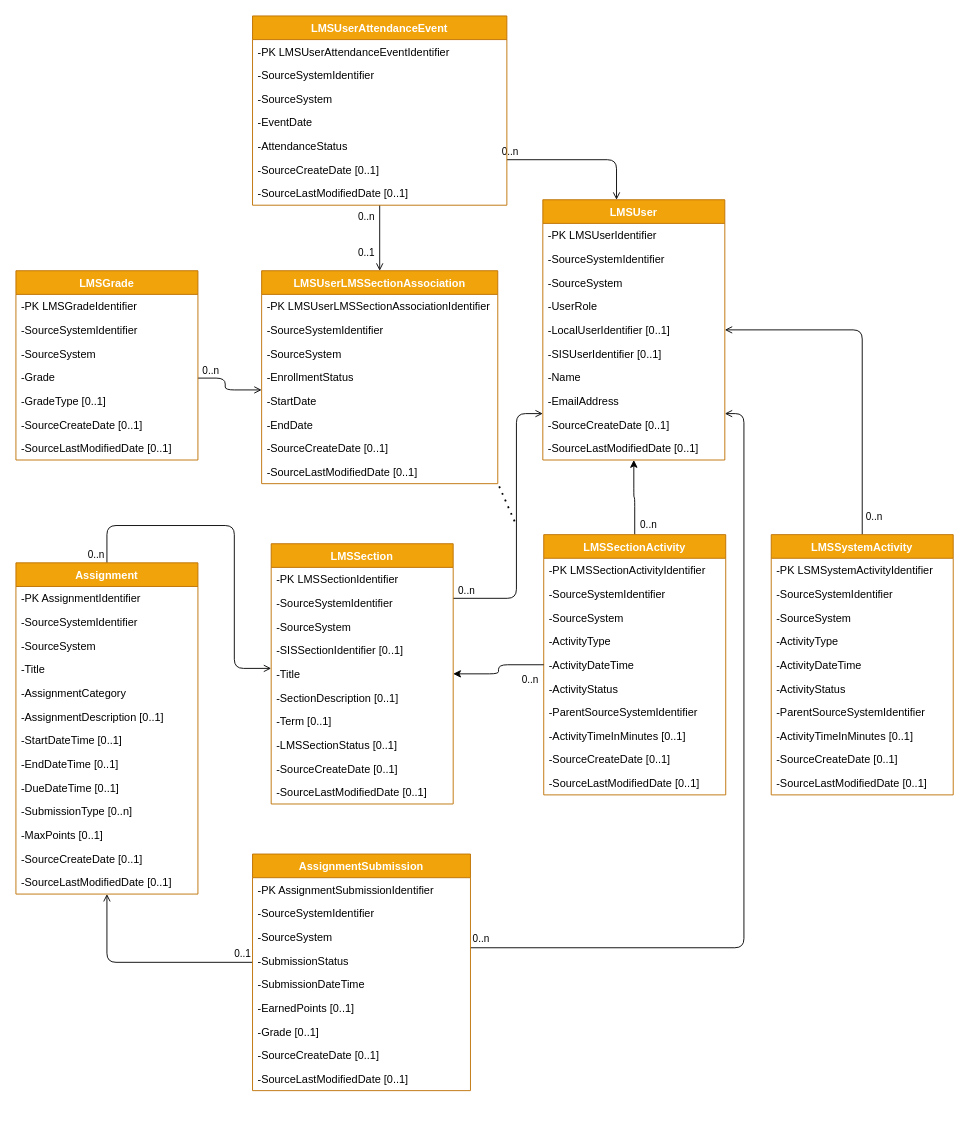
The draw.io diagram page "Proposed UDM" (1 of 5) of docs/LMS-Toolkit-API-UML.drawio in Ed-Fi-Exchange-OSS/LMS-Toolkit, before the edit. Source tidied: cells renumbered, new cells numbered last; positions are measured from the earlier drawing's top-left corner, leaving out a move shared by most shapes. Both pictures are drawn from the tidied source at 91%, with x=0, y=0 at pixel (15, 15).
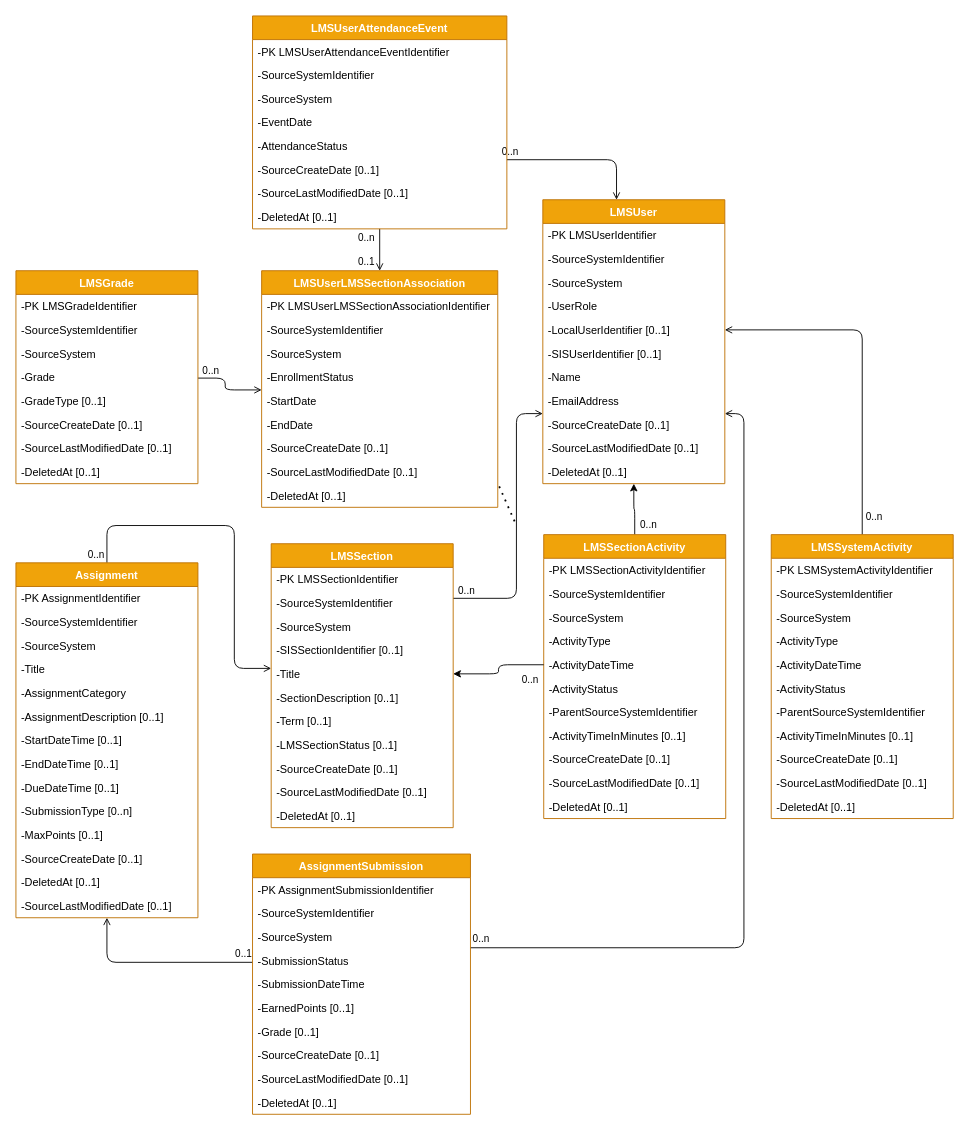
The same diagram, later.

Commit message (it also covers changes not shown here):
+DeletedAt in UML diagram

What changed in the source:
```diff
@@
-<mxGraphModel>
+<mxGraphModel background="#ffffff">
@@
     <mxCell id="19" value="Assignment" style="swimlane;fontStyle=1;horizontal=1;startSize=26;fillColor=#f0a30a;strokeColor=#BD7000;fontColor=#ffffff;" parent="1" vertex="1">
-      <mxGeometry y="601" width="200" height="364" as="geometry" />
+      <mxGeometry y="601" width="200" height="390" as="geometry" />
     </mxCell>
@@
+    <mxCell id="117" value="-DeletedAt [0..1]" style="text;align=left;verticalAlign=top;spacingLeft=4;spacingRight=4;overflow=hidden;" parent="19" vertex="1">
+      <mxGeometry y="338" width="200" height="26" as="geometry" />
+    </mxCell>
     <mxCell id="32" value="-SourceLastModifiedDate [0..1]" style="text;align=left;verticalAlign=top;spacingLeft=4;spacingRight=4;overflow=hidden;" parent="19" vertex="1">
-      <mxGeometry y="338" width="200" height="26" as="geometry" />
+      <mxGeometry y="364" width="200" height="26" as="geometry" />
     </mxCell>
     <mxCell id="33" value="LMSSection" style="swimlane;fontStyle=1;horizontal=1;startSize=26;fillColor=#f0a30a;strokeColor=#BD7000;fontColor=#ffffff;" parent="1" vertex="1">
-      <mxGeometry x="280.5" y="580" width="200" height="286" as="geometry" />
+      <mxGeometry x="280.5" y="580" width="200" height="312" as="geometry" />
     </mxCell>
@@
+    <mxCell id="118" value="-DeletedAt [0..1]" style="text;align=left;verticalAlign=top;spacingLeft=4;spacingRight=4;overflow=hidden;" parent="33" vertex="1">
+      <mxGeometry y="286" width="200" height="26" as="geometry" />
+    </mxCell>
@@
     <mxCell id="46" value="LMSSectionActivity" style="swimlane;fontStyle=1;horizontal=1;startSize=26;fillColor=#f0a30a;strokeColor=#BD7000;fontColor=#ffffff;" parent="1" vertex="1">
-      <mxGeometry x="580" y="570" width="200" height="286" as="geometry" />
+      <mxGeometry x="580" y="570" width="200" height="312" as="geometry" />
     </mxCell>
@@
+    <mxCell id="119" value="-DeletedAt [0..1]" style="text;align=left;verticalAlign=top;spacingLeft=4;spacingRight=4;overflow=hidden;" parent="46" vertex="1">
+      <mxGeometry y="286" width="200" height="26" as="geometry" />
+    </mxCell>
     <mxCell id="57" value="LMSSystemActivity" style="swimlane;fontStyle=1;horizontal=1;startSize=26;fillColor=#f0a30a;strokeColor=#BD7000;fontColor=#ffffff;" parent="1" vertex="1">
-      <mxGeometry x="830" y="570" width="200" height="286" as="geometry" />
+      <mxGeometry x="830" y="570" width="200" height="312" as="geometry" />
     </mxCell>
@@
+    <mxCell id="120" value="-DeletedAt [0..1]" style="text;align=left;verticalAlign=top;spacingLeft=4;spacingRight=4;overflow=hidden;" parent="57" vertex="1">
+      <mxGeometry y="286" width="200" height="26" as="geometry" />
+    </mxCell>
@@
     <mxCell id="71" value="LMSUser" style="swimlane;fontStyle=1;horizontal=1;startSize=26;align=center;fillColor=#f0a30a;strokeColor=#BD7000;fontColor=#ffffff;" parent="1" vertex="1">
-      <mxGeometry x="579" y="202" width="200" height="286" as="geometry" />
+      <mxGeometry x="579" y="202" width="200" height="312" as="geometry" />
     </mxCell>
@@
+    <mxCell id="121" value="-DeletedAt [0..1]" style="text;align=left;verticalAlign=top;spacingLeft=4;spacingRight=4;overflow=hidden;" parent="71" vertex="1">
+      <mxGeometry y="286" width="200" height="26" as="geometry" />
+    </mxCell>
     <mxCell id="82" value="AssignmentSubmission" style="swimlane;fontStyle=1;horizontal=1;startSize=26;fillColor=#f0a30a;strokeColor=#BD7000;fontColor=#ffffff;" parent="1" vertex="1">
-      <mxGeometry x="260" y="921" width="239.5" height="260" as="geometry" />
+      <mxGeometry x="260" y="921" width="239.5" height="286" as="geometry" />
     </mxCell>
@@
+    <mxCell id="122" value="-DeletedAt [0..1]" style="text;align=left;verticalAlign=top;spacingLeft=4;spacingRight=4;overflow=hidden;" parent="82" vertex="1">
+      <mxGeometry y="260" width="239.5" height="26" as="geometry" />
+    </mxCell>
     <mxCell id="92" value="LMSUserLMSSectionAssociation" style="swimlane;fontStyle=1;horizontal=1;startSize=26;fillColor=#f0a30a;strokeColor=#BD7000;fontColor=#ffffff;" parent="1" vertex="1">
-      <mxGeometry x="270" y="280" width="259.5" height="234" as="geometry" />
+      <mxGeometry x="270" y="280" width="259.5" height="260" as="geometry" />
     </mxCell>
@@
+    <mxCell id="123" value="-DeletedAt [0..1]" style="text;align=left;verticalAlign=top;spacingLeft=4;spacingRight=4;overflow=hidden;" parent="92" vertex="1">
+      <mxGeometry y="234" width="259.5" height="26" as="geometry" />
+    </mxCell>
     <mxCell id="101" value="LMSUserAttendanceEvent" style="swimlane;fontStyle=1;horizontal=1;startSize=26;align=center;fillColor=#f0a30a;strokeColor=#BD7000;fontColor=#ffffff;" parent="1" vertex="1">
-      <mxGeometry x="260" width="279.5" height="208" as="geometry" />
+      <mxGeometry x="260" width="279.5" height="234" as="geometry" />
     </mxCell>
@@
+    <mxCell id="124" value="-DeletedAt [0..1]" style="text;align=left;verticalAlign=top;spacingLeft=4;spacingRight=4;overflow=hidden;" parent="101" vertex="1">
+      <mxGeometry y="208" width="279.5" height="26" as="geometry" />
+    </mxCell>
     <mxCell id="109" value="LMSGrade" style="swimlane;fontStyle=1;horizontal=1;startSize=26;fillColor=#f0a30a;strokeColor=#BD7000;fontColor=#ffffff;" parent="1" vertex="1">
-      <mxGeometry y="280" width="200" height="208" as="geometry" />
+      <mxGeometry y="280" width="200" height="234" as="geometry" />
     </mxCell>
@@
+    <mxCell id="125" value="-DeletedAt [0..1]" style="text;align=left;verticalAlign=top;spacingLeft=4;spacingRight=4;overflow=hidden;" parent="109" vertex="1">
+      <mxGeometry y="208" width="200" height="26" as="geometry" />
+    </mxCell>
```
